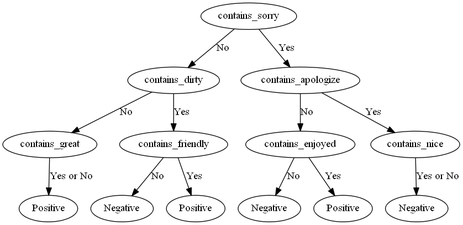
Earlier version of the Graphviz export Tree.gv.png (amrmoastafa/Decision-Tree). Its source is kept beside it as Tree.gv. Its diagram source:
```dot
digraph Tree {
	contains_sorry [label=contains_sorry]
	contains_dirtycontains_sorry [label=contains_dirty]
	contains_apologizecontains_sorry [label=contains_apologize]
	contains_sorry -> contains_apologizecontains_sorry [label=Yes]
	contains_sorry -> contains_dirtycontains_sorry [label=No]
	contains_dirtycontains_sorry [label=contains_dirty]
	contains_greatcontains_dirtycontains_sorry [label=contains_great]
	contains_friendlycontains_dirtycontains_sorry [label=contains_friendly]
	contains_dirtycontains_sorry -> contains_friendlycontains_dirtycontains_sorry [label=Yes]
	contains_dirtycontains_sorry -> contains_greatcontains_dirtycontains_sorry [label=No]
	Positivecontains_greatcontains_dirtycontains_sorry [label=Positive]
	contains_greatcontains_dirtycontains_sorry -> Positivecontains_greatcontains_dirtycontains_sorry [label="Yes or No"]
	contains_friendlycontains_dirtycontains_sorry [label=contains_friendly]
	Negativecontains_friendlycontains_dirtycontains_sorry [label=Negative]
	Positivecontains_friendlycontains_dirtycontains_sorry [label=Positive]
	contains_friendlycontains_dirtycontains_sorry -> Positivecontains_friendlycontains_dirtycontains_sorry [label=Yes]
	contains_friendlycontains_dirtycontains_sorry -> Negativecontains_friendlycontains_dirtycontains_sorry [label=No]
	contains_apologizecontains_sorry [label=contains_apologize]
	contains_enjoyedcontains_apologizecontains_sorry [label=contains_enjoyed]
	contains_nicecontains_apologizecontains_sorry [label=contains_nice]
	contains_apologizecontains_sorry -> contains_nicecontains_apologizecontains_sorry [label=Yes]
	contains_apologizecontains_sorry -> contains_enjoyedcontains_apologizecontains_sorry [label=No]
	contains_enjoyedcontains_apologizecontains_sorry [label=contains_enjoyed]
	Negativecontains_enjoyedcontains_apologizecontains_sorry [label=Negative]
	Positivecontains_enjoyedcontains_apologizecontains_sorry [label=Positive]
	contains_enjoyedcontains_apologizecontains_sorry -> Positivecontains_enjoyedcontains_apologizecontains_sorry [label=Yes]
	contains_enjoyedcontains_apologizecontains_sorry -> Negativecontains_enjoyedcontains_apologizecontains_sorry [label=No]
	Negativecontains_nicecontains_apologizecontains_sorry [label=Negative]
	contains_nicecontains_apologizecontains_sorry -> Negativecontains_nicecontains_apologizecontains_sorry [label="Yes or No"]
}
```
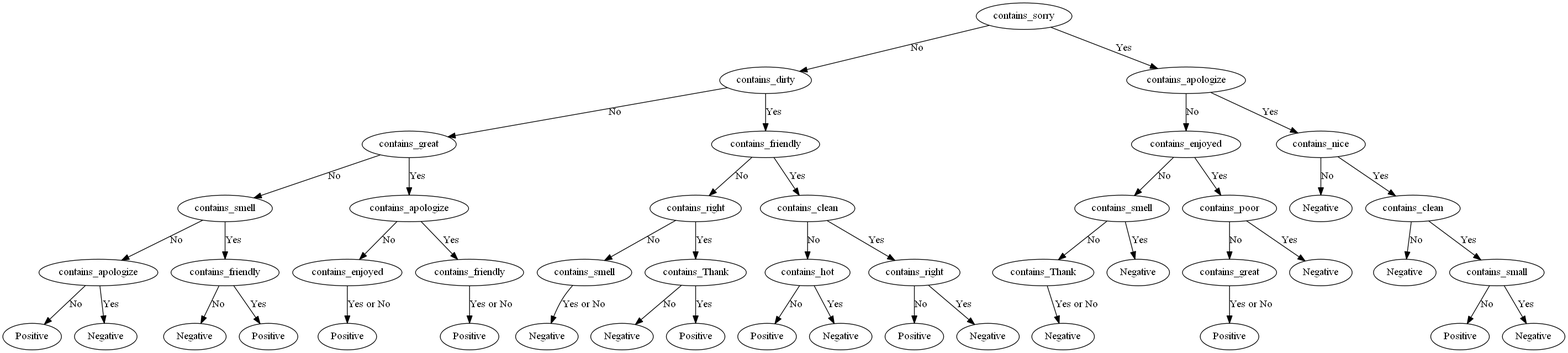
Above is the later version.

What changed in the source:
```diff
@@ -9,23 +9,104 @@
 	contains_friendlycontains_dirtycontains_sorry [label=contains_friendly]
 	contains_dirtycontains_sorry -> contains_friendlycontains_dirtycontains_sorry [label=Yes]
 	contains_dirtycontains_sorry -> contains_greatcontains_dirtycontains_sorry [label=No]
-	Positivecontains_greatcontains_dirtycontains_sorry [label=Positive]
-	contains_greatcontains_dirtycontains_sorry -> Positivecontains_greatcontains_dirtycontains_sorry [label="Yes or No"]
+	contains_greatcontains_dirtycontains_sorry [label=contains_great]
+	contains_smellcontains_greatcontains_dirtycontains_sorry [label=contains_smell]
+	contains_apologizecontains_greatcontains_dirtycontains_sorry [label=contains_apologize]
+	contains_greatcontains_dirtycontains_sorry -> contains_apologizecontains_greatcontains_dirtycontains_sorry [label=Yes]
+	contains_greatcontains_dirtycontains_sorry -> contains_smellcontains_greatcontains_dirtycontains_sorry [label=No]
+	contains_smellcontains_greatcontains_dirtycontains_sorry [label=contains_smell]
+	contains_apologizecontains_smellcontains_greatcontains_dirtycontains_sorry [label=contains_apologize]
+	contains_friendlycontains_smellcontains_greatcontains_dirtycontains_sorry [label=contains_friendly]
+	contains_smellcontains_greatcontains_dirtycontains_sorry -> contains_friendlycontains_smellcontains_greatcontains_dirtycontains_sorry [label=Yes]
+	contains_smellcontains_greatcontains_dirtycontains_sorry -> contains_apologizecontains_smellcontains_greatcontains_dirtycontains_sorry [label=No]
+	contains_apologizecontains_smellcontains_greatcontains_dirtycontains_sorry [label=contains_apologize]
+	Positivecontains_apologizecontains_smellcontains_greatcontains_dirtycontains_sorry [label=Positive]
+	Negativecontains_apologizecontains_smellcontains_greatcontains_dirtycontains_sorry [label=Negative]
+	contains_apologizecontains_smellcontains_greatcontains_dirtycontains_sorry -> Negativecontains_apologizecontains_smellcontains_greatcontains_dirtycontains_sorry [label=Yes]
+	contains_apologizecontains_smellcontains_greatcontains_dirtycontains_sorry -> Positivecontains_apologizecontains_smellcontains_greatcontains_dirtycontains_sorry [label=No]
+	contains_friendlycontains_smellcontains_greatcontains_dirtycontains_sorry [label=contains_friendly]
+	Negativecontains_friendlycontains_smellcontains_greatcontains_dirtycontains_sorry [label=Negative]
+	Positivecontains_friendlycontains_smellcontains_greatcontains_dirtycontains_sorry [label=Positive]
+	contains_friendlycontains_smellcontains_greatcontains_dirtycontains_sorry -> Positivecontains_friendlycontains_smellcontains_greatcontains_dirtycontains_sorry [label=Yes]
+	contains_friendlycontains_smellcontains_greatcontains_dirtycontains_sorry -> Negativecontains_friendlycontains_smellcontains_greatcontains_dirtycontains_sorry [label=No]
+	contains_apologizecontains_greatcontains_dirtycontains_sorry [label=contains_apologize]
+	contains_enjoyedcontains_apologizecontains_greatcontains_dirtycontains_sorry [label=contains_enjoyed]
+	contains_friendlycontains_apologizecontains_greatcontains_dirtycontains_sorry [label=contains_friendly]
+	contains_apologizecontains_greatcontains_dirtycontains_sorry -> contains_friendlycontains_apologizecontains_greatcontains_dirtycontains_sorry [label=Yes]
+	contains_apologizecontains_greatcontains_dirtycontains_sorry -> contains_enjoyedcontains_apologizecontains_greatcontains_dirtycontains_sorry [label=No]
+	Positivecontains_enjoyedcontains_apologizecontains_greatcontains_dirtycontains_sorry [label=Positive]
+	contains_enjoyedcontains_apologizecontains_greatcontains_dirtycontains_sorry -> Positivecontains_enjoyedcontains_apologizecontains_greatcontains_dirtycontains_sorry [label="Yes or No"]
+	Positivecontains_friendlycontains_apologizecontains_greatcontains_dirtycontains_sorry [label=Positive]
+	contains_friendlycontains_apologizecontains_greatcontains_dirtycontains_sorry -> Positivecontains_friendlycontains_apologizecontains_greatcontains_dirtycontains_sorry [label="Yes or No"]
 	contains_friendlycontains_dirtycontains_sorry [label=contains_friendly]
-	Negativecontains_friendlycontains_dirtycontains_sorry [label=Negative]
-	Positivecontains_friendlycontains_dirtycontains_sorry [label=Positive]
-	contains_friendlycontains_dirtycontains_sorry -> Positivecontains_friendlycontains_dirtycontains_sorry [label=Yes]
-	contains_friendlycontains_dirtycontains_sorry -> Negativecontains_friendlycontains_dirtycontains_sorry [label=No]
+	contains_rightcontains_friendlycontains_dirtycontains_sorry [label=contains_right]
+	contains_cleancontains_friendlycontains_dirtycontains_sorry [label=contains_clean]
+	contains_friendlycontains_dirtycontains_sorry -> contains_cleancontains_friendlycontains_dirtycontains_sorry [label=Yes]
+	contains_friendlycontains_dirtycontains_sorry -> contains_rightcontains_friendlycontains_dirtycontains_sorry [label=No]
+	contains_rightcontains_friendlycontains_dirtycontains_sorry [label=contains_right]
+	contains_smellcontains_rightcontains_friendlycontains_dirtycontains_sorry [label=contains_smell]
+	contains_Thankcontains_rightcontains_friendlycontains_dirtycontains_sorry [label=contains_Thank]
+	contains_rightcontains_friendlycontains_dirtycontains_sorry -> contains_Thankcontains_rightcontains_friendlycontains_dirtycontains_sorry [label=Yes]
+	contains_rightcontains_friendlycontains_dirtycontains_sorry -> contains_smellcontains_rightcontains_friendlycontains_dirtycontains_sorry [label=No]
+	Negativecontains_smellcontains_rightcontains_friendlycontains_dirtycontains_sorry [label=Negative]
+	contains_smellcontains_rightcontains_friendlycontains_dirtycontains_sorry -> Negativecontains_smellcontains_rightcontains_friendlycontains_dirtycontains_sorry [label="Yes or No"]
+	contains_Thankcontains_rightcontains_friendlycontains_dirtycontains_sorry [label=contains_Thank]
+	Negativecontains_Thankcontains_rightcontains_friendlycontains_dirtycontains_sorry [label=Negative]
+	Positivecontains_Thankcontains_rightcontains_friendlycontains_dirtycontains_sorry [label=Positive]
+	contains_Thankcontains_rightcontains_friendlycontains_dirtycontains_sorry -> Positivecontains_Thankcontains_rightcontains_friendlycontains_dirtycontains_sorry [label=Yes]
+	contains_Thankcontains_rightcontains_friendlycontains_dirtycontains_sorry -> Negativecontains_Thankcontains_rightcontains_friendlycontains_dirtycontains_sorry [label=No]
+	contains_cleancontains_friendlycontains_dirtycontains_sorry [label=contains_clean]
+	contains_hotcontains_cleancontains_friendlycontains_dirtycontains_sorry [label=contains_hot]
+	contains_rightcontains_cleancontains_friendlycontains_dirtycontains_sorry [label=contains_right]
+	contains_cleancontains_friendlycontains_dirtycontains_sorry -> contains_rightcontains_cleancontains_friendlycontains_dirtycontains_sorry [label=Yes]
+	contains_cleancontains_friendlycontains_dirtycontains_sorry -> contains_hotcontains_cleancontains_friendlycontains_dirtycontains_sorry [label=No]
+	contains_hotcontains_cleancontains_friendlycontains_dirtycontains_sorry [label=contains_hot]
+	Positivecontains_hotcontains_cleancontains_friendlycontains_dirtycontains_sorry [label=Positive]
+	Negativecontains_hotcontains_cleancontains_friendlycontains_dirtycontains_sorry [label=Negative]
+	contains_hotcontains_cleancontains_friendlycontains_dirtycontains_sorry -> Negativecontains_hotcontains_cleancontains_friendlycontains_dirtycontains_sorry [label=Yes]
+	contains_hotcontains_cleancontains_friendlycontains_dirtycontains_sorry -> Positivecontains_hotcontains_cleancontains_friendlycontains_dirtycontains_sorry [label=No]
+	contains_rightcontains_cleancontains_friendlycontains_dirtycontains_sorry [label=contains_right]
+	Positivecontains_rightcontains_cleancontains_friendlycontains_dirtycontains_sorry [label=Positive]
+	Negativecontains_rightcontains_cleancontains_friendlycontains_dirtycontains_sorry [label=Negative]
+	contains_rightcontains_cleancontains_friendlycontains_dirtycontains_sorry -> Negativecontains_rightcontains_cleancontains_friendlycontains_dirtycontains_sorry [label=Yes]
+	contains_rightcontains_cleancontains_friendlycontains_dirtycontains_sorry -> Positivecontains_rightcontains_cleancontains_friendlycontains_dirtycontains_sorry [label=No]
 	contains_apologizecontains_sorry [label=contains_apologize]
 	contains_enjoyedcontains_apologizecontains_sorry [label=contains_enjoyed]
 	contains_nicecontains_apologizecontains_sorry [label=contains_nice]
 	contains_apologizecontains_sorry -> contains_nicecontains_apologizecontains_sorry [label=Yes]
 	contains_apologizecontains_sorry -> contains_enjoyedcontains_apologizecontains_sorry [label=No]
 	contains_enjoyedcontains_apologizecontains_sorry [label=contains_enjoyed]
-	Negativecontains_enjoyedcontains_apologizecontains_sorry [label=Negative]
-	Positivecontains_enjoyedcontains_apologizecontains_sorry [label=Positive]
-	contains_enjoyedcontains_apologizecontains_sorry -> Positivecontains_enjoyedcontains_apologizecontains_sorry [label=Yes]
-	contains_enjoyedcontains_apologizecontains_sorry -> Negativecontains_enjoyedcontains_apologizecontains_sorry [label=No]
+	contains_smellcontains_enjoyedcontains_apologizecontains_sorry [label=contains_smell]
+	contains_poorcontains_enjoyedcontains_apologizecontains_sorry [label=contains_poor]
+	contains_enjoyedcontains_apologizecontains_sorry -> contains_poorcontains_enjoyedcontains_apologizecontains_sorry [label=Yes]
+	contains_enjoyedcontains_apologizecontains_sorry -> contains_smellcontains_enjoyedcontains_apologizecontains_sorry [label=No]
+	contains_smellcontains_enjoyedcontains_apologizecontains_sorry [label=contains_smell]
+	contains_Thankcontains_smellcontains_enjoyedcontains_apologizecontains_sorry [label=contains_Thank]
+	Negativecontains_smellcontains_enjoyedcontains_apologizecontains_sorry [label=Negative]
+	contains_smellcontains_enjoyedcontains_apologizecontains_sorry -> Negativecontains_smellcontains_enjoyedcontains_apologizecontains_sorry [label=Yes]
+	contains_smellcontains_enjoyedcontains_apologizecontains_sorry -> contains_Thankcontains_smellcontains_enjoyedcontains_apologizecontains_sorry [label=No]
+	Negativecontains_Thankcontains_smellcontains_enjoyedcontains_apologizecontains_sorry [label=Negative]
+	contains_Thankcontains_smellcontains_enjoyedcontains_apologizecontains_sorry -> Negativecontains_Thankcontains_smellcontains_enjoyedcontains_apologizecontains_sorry [label="Yes or No"]
+	contains_poorcontains_enjoyedcontains_apologizecontains_sorry [label=contains_poor]
+	contains_greatcontains_poorcontains_enjoyedcontains_apologizecontains_sorry [label=contains_great]
+	Negativecontains_poorcontains_enjoyedcontains_apologizecontains_sorry [label=Negative]
+	contains_poorcontains_enjoyedcontains_apologizecontains_sorry -> Negativecontains_poorcontains_enjoyedcontains_apologizecontains_sorry [label=Yes]
+	contains_poorcontains_enjoyedcontains_apologizecontains_sorry -> contains_greatcontains_poorcontains_enjoyedcontains_apologizecontains_sorry [label=No]
+	Positivecontains_greatcontains_poorcontains_enjoyedcontains_apologizecontains_sorry [label=Positive]
+	contains_greatcontains_poorcontains_enjoyedcontains_apologizecontains_sorry -> Positivecontains_greatcontains_poorcontains_enjoyedcontains_apologizecontains_sorry [label="Yes or No"]
+	contains_nicecontains_apologizecontains_sorry [label=contains_nice]
 	Negativecontains_nicecontains_apologizecontains_sorry [label=Negative]
-	contains_nicecontains_apologizecontains_sorry -> Negativecontains_nicecontains_apologizecontains_sorry [label="Yes or No"]
+	contains_cleancontains_nicecontains_apologizecontains_sorry [label=contains_clean]
+	contains_nicecontains_apologizecontains_sorry -> contains_cleancontains_nicecontains_apologizecontains_sorry [label=Yes]
+	contains_nicecontains_apologizecontains_sorry -> Negativecontains_nicecontains_apologizecontains_sorry [label=No]
+	contains_cleancontains_nicecontains_apologizecontains_sorry [label=contains_clean]
+	Negativecontains_cleancontains_nicecontains_apologizecontains_sorry [label=Negative]
+	contains_smallcontains_cleancontains_nicecontains_apologizecontains_sorry [label=contains_small]
+	contains_cleancontains_nicecontains_apologizecontains_sorry -> contains_smallcontains_cleancontains_nicecontains_apologizecontains_sorry [label=Yes]
+	contains_cleancontains_nicecontains_apologizecontains_sorry -> Negativecontains_cleancontains_nicecontains_apologizecontains_sorry [label=No]
+	contains_smallcontains_cleancontains_nicecontains_apologizecontains_sorry [label=contains_small]
+	Positivecontains_smallcontains_cleancontains_nicecontains_apologizecontains_sorry [label=Positive]
+	Negativecontains_smallcontains_cleancontains_nicecontains_apologizecontains_sorry [label=Negative]
+	contains_smallcontains_cleancontains_nicecontains_apologizecontains_sorry -> Negativecontains_smallcontains_cleancontains_nicecontains_apologizecontains_sorry [label=Yes]
+	contains_smallcontains_cleancontains_nicecontains_apologizecontains_sorry -> Positivecontains_smallcontains_cleancontains_nicecontains_apologizecontains_sorry [label=No]
 }
```
